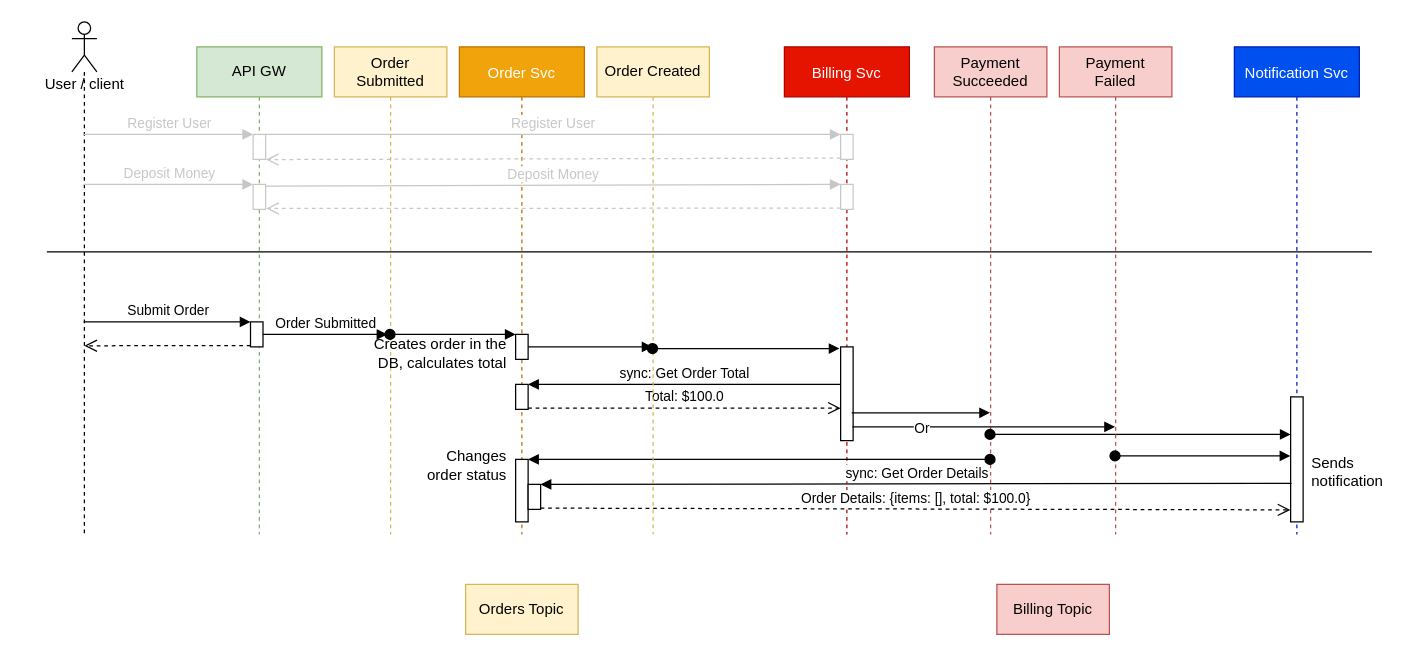
This is page "Notification-assisted" (2 of 3) of README.assets/the-three-interaction-styles.drawio from audintsev/otus-architect-eventing, a draw.io file, before an edit. Source tidied: cells renumbered, new cells numbered last; positions are measured from the earlier drawing's top-left corner, leaving out a move shared by most shapes. Both pictures are drawn from the tidied source at 125%, with x=0, y=0 at pixel (34, 21).
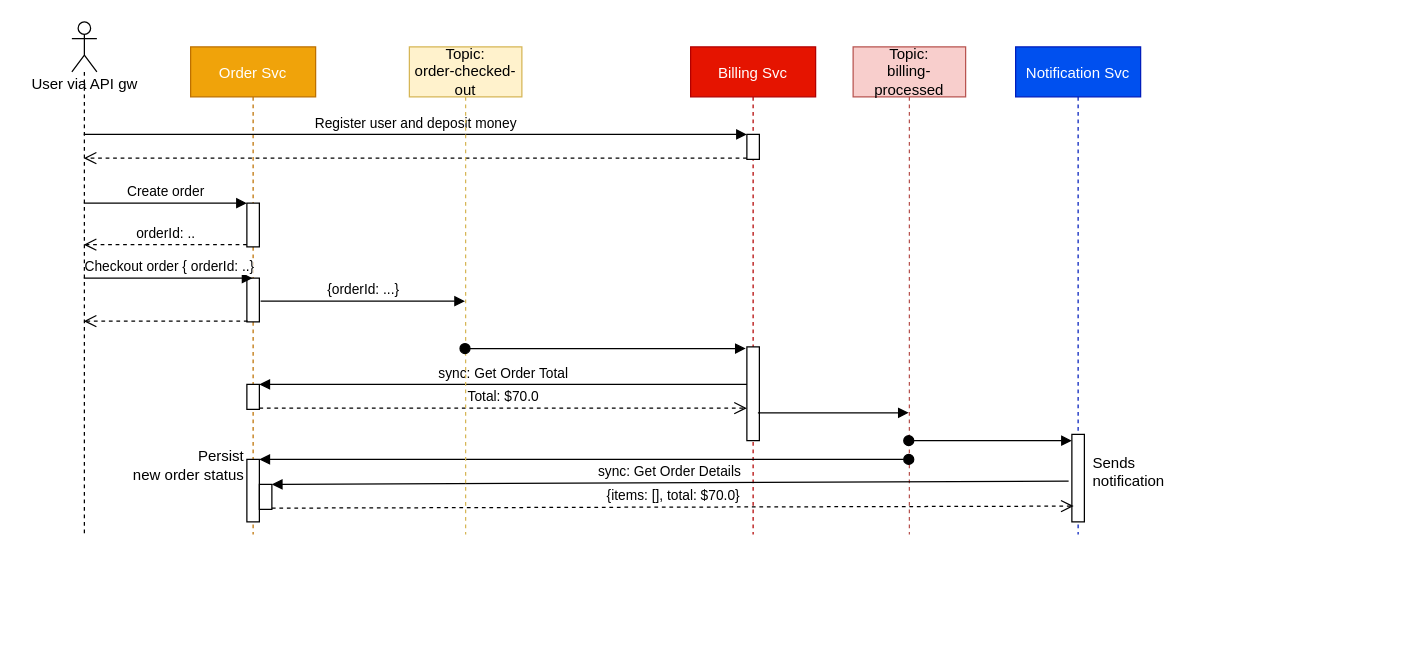
The same page after the edit.

Commit message (it also covers changes not shown here):
Diagrams updated, sync API completely documented.

Unchanged cells that the change refers to:
```xml
<mxCell id="3" style="html=1;points=[];perimeter=orthogonalPerimeter;" parent="2" vertex="1">
  <mxGeometry x="45" y="270" width="10" height="20" as="geometry" />
</mxCell>
<mxCell id="5" style="html=1;points=[];perimeter=orthogonalPerimeter;align=left;" parent="2" vertex="1">
  <mxGeometry x="55" y="350" width="10" height="20" as="geometry" />
</mxCell>
<mxCell id="10" style="html=1;points=[];perimeter=orthogonalPerimeter;" parent="7" vertex="1">
  <mxGeometry x="45" y="240" width="10" height="75" as="geometry" />
</mxCell>
<mxCell id="14" style="shape=umlLifeline;participant=umlActor;perimeter=lifelinePerimeter;whiteSpace=wrap;html=1;verticalAlign=top;spacingTop=36;outlineConnect=0;" parent="1" vertex="1">
  <mxGeometry x="30" width="20" height="410" as="geometry" />
</mxCell>
```

The edit, as a diff of the source:
```diff
@@
     <mxCell id="2" value="Order Svc" style="shape=umlLifeline;perimeter=lifelinePerimeter;rounded=0;shadow=0;strokeWidth=1;fillColor=#f0a30a;strokeColor=#BD7000;fontColor=#ffffff;" parent="1" vertex="1">
-      <mxGeometry x="340" y="20" width="100" height="390" as="geometry" />
+      <mxGeometry x="125" y="20" width="100" height="390" as="geometry" />
     </mxCell>
@@
     <mxCell id="6" style="html=1;points=[];perimeter=orthogonalPerimeter;align=right;" parent="2" vertex="1">
-      <mxGeometry x="45" y="230" width="10" height="20" as="geometry" />
+      <mxGeometry x="45" y="185" width="10" height="35" as="geometry" />
     </mxCell>
     <mxCell id="7" value="Billing Svc" style="shape=umlLifeline;perimeter=lifelinePerimeter;rounded=0;shadow=0;strokeWidth=1;fillColor=#e51400;strokeColor=#B20000;fontColor=#ffffff;" parent="1" vertex="1">
-      <mxGeometry x="600" y="20" width="100" height="390" as="geometry" />
+      <mxGeometry x="525" y="20" width="100" height="390" as="geometry" />
     </mxCell>
-    <mxCell id="8" style="html=1;points=[];perimeter=orthogonalPerimeter;fontColor=#C7C7C7;strokeColor=#C7C7C7;" parent="7" vertex="1">
+    <mxCell id="8" style="html=1;points=[];perimeter=orthogonalPerimeter;" parent="7" vertex="1">
       <mxGeometry x="45" y="70" width="10" height="20" as="geometry" />
     </mxCell>
-    <mxCell id="9" style="html=1;points=[];perimeter=orthogonalPerimeter;fontColor=#C7C7C7;strokeColor=#C7C7C7;" parent="7" vertex="1">
-      <mxGeometry x="45" y="110" width="10" height="20" as="geometry" />
-    </mxCell>
@@
     <mxCell id="11" value="Notification Svc" style="shape=umlLifeline;perimeter=lifelinePerimeter;rounded=0;shadow=0;strokeWidth=1;fillColor=#0050ef;strokeColor=#001DBC;fontColor=#ffffff;" parent="1" vertex="1">
-      <mxGeometry x="960" y="20" width="100" height="390" as="geometry" />
+      <mxGeometry x="785" y="20" width="100" height="390" as="geometry" />
     </mxCell>
     <mxCell id="12" style="html=1;points=[];perimeter=orthogonalPerimeter;" parent="11" vertex="1">
-      <mxGeometry x="45" y="280" width="10" height="100" as="geometry" />
+      <mxGeometry x="45" y="310" width="10" height="70" as="geometry" />
     </mxCell>
@@
-    <mxCell id="15" value="User / client" style="text;html=1;align=center;verticalAlign=middle;" parent="1" vertex="1">
-      <mxGeometry y="40" width="80" height="20" as="geometry" />
+    <mxCell id="15" value="User via API gw" style="text;html=1;align=center;verticalAlign=middle;" parent="1" vertex="1">
+      <mxGeometry x="-10" y="40" width="100" height="20" as="geometry" />
     </mxCell>
-    <mxCell id="16" value="API GW" style="shape=umlLifeline;perimeter=lifelinePerimeter;whiteSpace=wrap;html=1;fillColor=#d5e8d4;strokeColor=#82b366;" parent="1" vertex="1">
-      <mxGeometry x="130" y="20" width="100" height="390" as="geometry" />
-    </mxCell>
-    <mxCell id="17" style="html=1;points=[];perimeter=orthogonalPerimeter;fontColor=#C7C7C7;strokeColor=#C7C7C7;" parent="16" vertex="1">
-      <mxGeometry x="45" y="70" width="10" height="20" as="geometry" />
-    </mxCell>
-    <mxCell id="18" style="html=1;points=[];perimeter=orthogonalPerimeter;fontColor=#C7C7C7;strokeColor=#C7C7C7;" parent="16" vertex="1">
-      <mxGeometry x="45" y="110" width="10" height="20" as="geometry" />
-    </mxCell>
-    <mxCell id="19" style="html=1;points=[];perimeter=orthogonalPerimeter;" parent="16" vertex="1">
-      <mxGeometry x="42.9" y="220" width="10" height="20" as="geometry" />
-    </mxCell>
-    <mxCell id="20" value="Register User" style="html=1;verticalAlign=bottom;endArrow=block;entryX=0;entryY=0;fontColor=#C7C7C7;strokeColor=#C7C7C7;" parent="1" edge="1" target="8">
-      <mxGeometry relative="1" as="geometry">
-        <mxPoint x="185" y="90" as="sourcePoint" />
-      </mxGeometry>
+    <mxCell id="20" value="Register user and deposit money" style="html=1;verticalAlign=bottom;endArrow=block;entryX=0;entryY=0;" parent="1" edge="1" source="14" target="8">
+      <mxGeometry relative="1" as="geometry" />
     </mxCell>
-    <mxCell id="21" style="html=1;verticalAlign=bottom;endArrow=open;dashed=1;endSize=8;exitX=0;exitY=0.95;entryX=1.028;entryY=1.008;entryDx=0;entryDy=0;entryPerimeter=0;fontColor=#C7C7C7;strokeColor=#C7C7C7;" parent="1" edge="1" source="8" target="17">
+    <mxCell id="21" style="html=1;verticalAlign=bottom;endArrow=open;dashed=1;endSize=8;exitX=0;exitY=0.95;" parent="1" edge="1" source="8" target="14">
       <mxGeometry relative="1" as="geometry" />
     </mxCell>
-    <mxCell id="22" value="Register User" style="html=1;verticalAlign=bottom;startArrow=none;endArrow=block;startSize=8;startFill=0;fontColor=#C7C7C7;strokeColor=#C7C7C7;" parent="1" edge="1" source="14" target="17">
-      <mxGeometry relative="1" as="geometry">
-        <Array as="points">
-          <mxPoint x="160" y="90" />
-        </Array>
-      </mxGeometry>
-    </mxCell>
-    <mxCell id="23" value="Deposit Money" style="html=1;verticalAlign=bottom;startArrow=none;endArrow=block;startSize=8;startFill=0;fontColor=#C7C7C7;strokeColor=#C7C7C7;" parent="1" edge="1" source="14" target="18">
-      <mxGeometry relative="1" as="geometry">
-        <Array as="points">
-          <mxPoint x="150" y="130" />
-        </Array>
-      </mxGeometry>
-    </mxCell>
-    <mxCell id="24" style="html=1;verticalAlign=bottom;endArrow=open;dashed=1;endSize=8;exitX=0;exitY=0.95;entryX=1.06;entryY=0.964;entryDx=0;entryDy=0;entryPerimeter=0;fontColor=#C7C7C7;strokeColor=#C7C7C7;" parent="1" edge="1" source="9" target="18">
-      <mxGeometry relative="1" as="geometry" />
-    </mxCell>
-    <mxCell id="25" value="Deposit Money" style="html=1;verticalAlign=bottom;endArrow=block;entryX=0;entryY=0;exitX=0.996;exitY=0.068;exitDx=0;exitDy=0;exitPerimeter=0;fontColor=#C7C7C7;strokeColor=#C7C7C7;" parent="1" edge="1" source="18" target="9">
-      <mxGeometry relative="1" as="geometry" />
-    </mxCell>
-    <mxCell id="26" value="Order&lt;br&gt;Submitted" style="shape=umlLifeline;perimeter=lifelinePerimeter;whiteSpace=wrap;html=1;outlineConnect=0;fillColor=#fff2cc;strokeColor=#d6b656;" parent="1" vertex="1">
-      <mxGeometry x="240" y="20" width="90" height="390" as="geometry" />
-    </mxCell>
-    <mxCell id="27" value="Order Submitted" style="html=1;verticalAlign=bottom;endArrow=block;" parent="1" edge="1">
-      <mxGeometry relative="1" as="geometry">
-        <mxPoint x="182.9" y="250" as="sourcePoint" />
-        <mxPoint x="282.4" y="250" as="targetPoint" />
-      </mxGeometry>
+    <mxCell id="27" value="{orderId: ...}" style="html=1;verticalAlign=bottom;endArrow=block;exitX=1.1;exitY=0.526;exitDx=0;exitDy=0;exitPerimeter=0;" parent="1" edge="1" source="6" target="43">
+      <mxGeometry relative="1" as="geometry" />
     </mxCell>
-    <mxCell id="28" style="html=1;verticalAlign=bottom;endArrow=open;dashed=1;endSize=8;exitX=0;exitY=0.95;entryX=0.5;entryY=0.632;entryDx=0;entryDy=0;entryPerimeter=0;" parent="1" edge="1" source="19" target="14">
+    <mxCell id="28" style="html=1;verticalAlign=bottom;endArrow=open;dashed=1;endSize=8;exitX=0.06;exitY=0.983;exitDx=0;exitDy=0;exitPerimeter=0;" parent="1" edge="1" source="6" target="14">
       <mxGeometry relative="1" as="geometry" />
     </mxCell>
-    <mxCell id="29" value="Submit Order" style="html=1;verticalAlign=bottom;endArrow=block;entryX=0;entryY=0;" parent="1" edge="1" source="14" target="19">
+    <mxCell id="29" value="Checkout order { orderId: ..}" style="html=1;verticalAlign=bottom;endArrow=block;" parent="1" edge="1" source="14" target="2">
       <mxGeometry relative="1" as="geometry" />
     </mxCell>
@@
-    <mxCell id="31" value="Total: $100.0" style="html=1;verticalAlign=bottom;endArrow=open;dashed=1;endSize=8;exitX=1;exitY=0.95;" parent="1" edge="1" source="3" target="10">
+    <mxCell id="31" value="Total: $70.0" style="html=1;verticalAlign=bottom;endArrow=open;dashed=1;endSize=8;exitX=1;exitY=0.95;" parent="1" edge="1" source="3" target="10">
       <mxGeometry relative="1" as="geometry" />
     </mxCell>
-    <mxCell id="32" value="Payment&lt;br&gt;Succeeded" style="shape=umlLifeline;perimeter=lifelinePerimeter;whiteSpace=wrap;html=1;outlineConnect=0;fillColor=#f8cecc;strokeColor=#b85450;" parent="1" vertex="1">
-      <mxGeometry x="720" y="20" width="90" height="390" as="geometry" />
+    <mxCell id="32" value="Topic:&lt;br&gt;billing-processed" style="shape=umlLifeline;perimeter=lifelinePerimeter;whiteSpace=wrap;html=1;outlineConnect=0;fillColor=#f8cecc;strokeColor=#b85450;" parent="1" vertex="1">
+      <mxGeometry x="655" y="20" width="90" height="390" as="geometry" />
     </mxCell>
@@
     <mxCell id="35" style="html=1;verticalAlign=bottom;startArrow=oval;endArrow=block;startSize=8;" parent="1" edge="1" source="32" target="12">
       <mxGeometry x="0.46" relative="1" as="geometry">
         <Array as="points">
-          <mxPoint x="920" y="330" />
+          <mxPoint x="775" y="335" />
         </Array>
       </mxGeometry>
     </mxCell>
-    <mxCell id="36" value="Changes order status" style="text;html=1;strokeColor=none;fillColor=none;align=right;verticalAlign=middle;whiteSpace=wrap;rounded=0;" parent="1" vertex="1">
-      <mxGeometry x="310" y="340" width="70" height="30" as="geometry" />
-    </mxCell>
-    <mxCell id="37" value="sync: Get Order Details" style="html=1;verticalAlign=bottom;endArrow=block;entryX=1;entryY=0;exitX=0.071;exitY=0.691;exitDx=0;exitDy=0;exitPerimeter=0;" parent="1" edge="1" source="12" target="5">
+    <mxCell id="37" value="sync: Get Order Details" style="html=1;verticalAlign=bottom;endArrow=block;entryX=1;entryY=0;exitX=-0.26;exitY=0.534;exitDx=0;exitDy=0;exitPerimeter=0;" parent="1" edge="1" source="12" target="5">
       <mxGeometry relative="1" as="geometry" />
     </mxCell>
-    <mxCell id="38" value="Order Details: {items: [], total: $100.0}" style="html=1;verticalAlign=bottom;endArrow=open;dashed=1;endSize=8;exitX=1;exitY=0.95;entryX=-0.022;entryY=0.904;entryDx=0;entryDy=0;entryPerimeter=0;" parent="1" edge="1" source="5" target="12">
+    <mxCell id="38" value="{items: [], total: $70.0}" style="html=1;verticalAlign=bottom;endArrow=open;dashed=1;endSize=8;exitX=1;exitY=0.95;entryX=0.14;entryY=0.82;entryDx=0;entryDy=0;entryPerimeter=0;" parent="1" edge="1" source="5" target="12">
       <mxGeometry relative="1" as="geometry" />
     </mxCell>
-    <mxCell id="39" style="line;strokeWidth=1;fillColor=none;align=left;verticalAlign=middle;spacingTop=-1;spacingLeft=3;spacingRight=3;labelPosition=right;" parent="1" vertex="1">
-      <mxGeometry x="10" y="180" width="1060" height="8" as="geometry" />
-    </mxCell>
-    <mxCell id="40" value="Payment&lt;br&gt;Failed" style="shape=umlLifeline;perimeter=lifelinePerimeter;whiteSpace=wrap;html=1;outlineConnect=0;fillColor=#f8cecc;strokeColor=#b85450;" parent="1" vertex="1">
-      <mxGeometry x="820" y="20" width="90" height="390" as="geometry" />
-    </mxCell>
-    <mxCell id="41" style="html=1;verticalAlign=bottom;endArrow=block;exitX=0.946;exitY=0.853;exitDx=0;exitDy=0;exitPerimeter=0;" parent="1" edge="1" source="10" target="40">
-      <mxGeometry relative="1" as="geometry" />
-    </mxCell>
-    <mxCell id="42" value="Or" style="edgeLabel;html=1;align=center;verticalAlign=middle;" parent="41" vertex="1">
-      <mxGeometry x="0.05" y="-1" relative="1" as="geometry">
-        <mxPoint x="-54.8" as="offset" />
-      </mxGeometry>
-    </mxCell>
-    <mxCell id="43" value="Order Created" style="shape=umlLifeline;perimeter=lifelinePerimeter;whiteSpace=wrap;html=1;outlineConnect=0;fillColor=#fff2cc;strokeColor=#d6b656;" parent="1" vertex="1">
-      <mxGeometry x="450" y="20" width="90" height="390" as="geometry" />
+    <mxCell id="43" value="Topic:&lt;br&gt;order-checked-out" style="shape=umlLifeline;perimeter=lifelinePerimeter;whiteSpace=wrap;html=1;outlineConnect=0;fillColor=#fff2cc;strokeColor=#d6b656;" parent="1" vertex="1">
+      <mxGeometry x="300" y="20" width="90" height="390" as="geometry" />
     </mxCell>
-    <mxCell id="44" style="html=1;verticalAlign=bottom;startArrow=oval;endArrow=block;startSize=8;" parent="1" edge="1" source="26" target="6">
-      <mxGeometry relative="1" as="geometry" />
-    </mxCell>
-    <mxCell id="45" style="html=1;verticalAlign=bottom;endArrow=block;" parent="1" edge="1" target="43">
-      <mxGeometry relative="1" as="geometry">
-        <mxPoint x="395" y="260" as="sourcePoint" />
-      </mxGeometry>
-    </mxCell>
@@
-    <mxCell id="47" value="Creates order in the DB, calculates total" style="text;html=1;strokeColor=none;fillColor=none;align=right;verticalAlign=middle;whiteSpace=wrap;rounded=0;" parent="1" vertex="1">
-      <mxGeometry x="250" y="250" width="130" height="30" as="geometry" />
-    </mxCell>
-    <mxCell id="48" style="html=1;verticalAlign=bottom;startArrow=oval;startFill=1;endArrow=block;startSize=8;entryX=-0.02;entryY=0.472;entryDx=0;entryDy=0;entryPerimeter=0;" parent="1" edge="1" source="40" target="12">
-      <mxGeometry relative="1" as="geometry" />
-    </mxCell>
-    <mxCell id="49" value="Orders Topic" style="rounded=0;whiteSpace=wrap;html=1;align=center;fillColor=#fff2cc;strokeColor=#d6b656;" parent="1" vertex="1">
-      <mxGeometry x="345" y="450" width="90" height="40" as="geometry" />
-    </mxCell>
-    <mxCell id="50" value="Billing Topic" style="rounded=0;whiteSpace=wrap;html=1;align=center;fillColor=#f8cecc;strokeColor=#b85450;" parent="1" vertex="1">
-      <mxGeometry x="770" y="450" width="90" height="40" as="geometry" />
-    </mxCell>
+    <mxCell id="51" style="html=1;points=[];perimeter=orthogonalPerimeter;strokeColor=#000000;" parent="1" vertex="1">
+      <mxGeometry x="170" y="145" width="10" height="35" as="geometry" />
+    </mxCell>
+    <mxCell id="52" value="Create order" style="html=1;verticalAlign=bottom;endArrow=block;entryX=0;entryY=0;strokeColor=#000000;" parent="1" edge="1" target="51">
+      <mxGeometry relative="1" as="geometry">
+        <mxPoint x="39.5" y="145" as="sourcePoint" />
+      </mxGeometry>
+    </mxCell>
+    <mxCell id="53" value="orderId: .." style="html=1;verticalAlign=bottom;endArrow=open;dashed=1;endSize=8;exitX=0;exitY=0.95;strokeColor=#000000;" parent="1" edge="1" source="51">
+      <mxGeometry relative="1" as="geometry">
+        <mxPoint x="39.5" y="178.2" as="targetPoint" />
+      </mxGeometry>
+    </mxCell>
+    <mxCell id="54" value="Persist&lt;br&gt;new order status" style="text;html=1;strokeColor=none;fillColor=none;align=right;verticalAlign=middle;whiteSpace=wrap;rounded=0;" parent="1" vertex="1">
+      <mxGeometry x="75" y="340" width="95" height="30" as="geometry" />
+    </mxCell>
```
